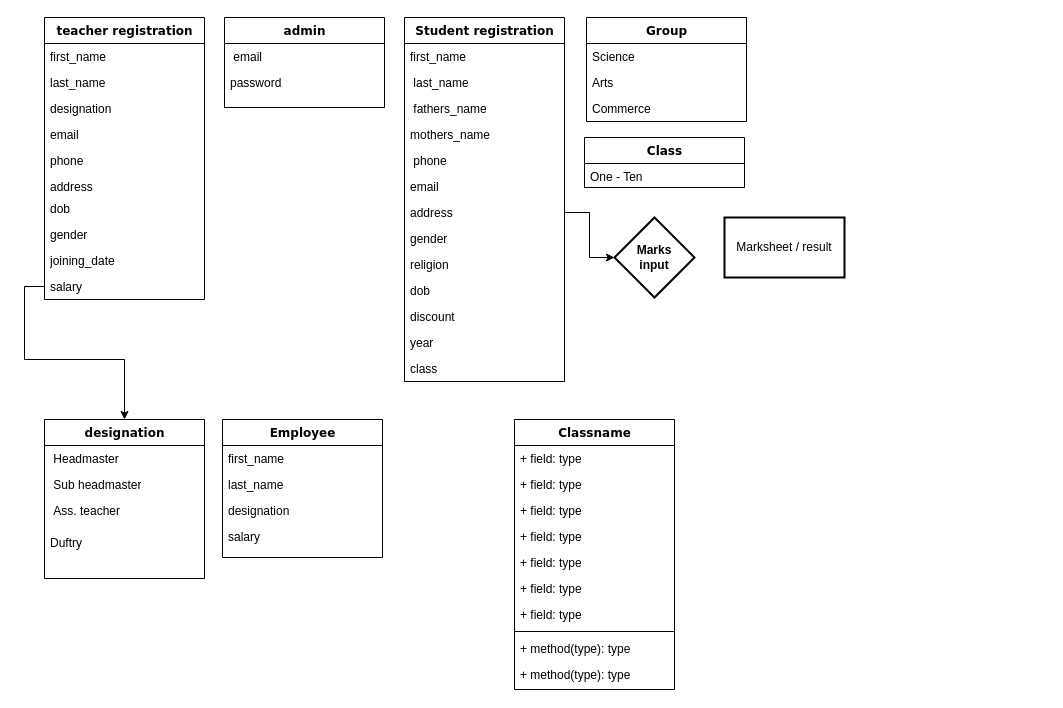
Earlier version of the draw.io diagram Untitled Diagram.drawio (dev-mahir/school-management-system). Source tidied: cells renumbered, new cells numbered last; positions are measured from the earlier drawing's top-left corner, leaving out a move shared by most shapes. Both pictures are drawn from the tidied source at 100%, with x=0, y=0 at pixel (44, 17).
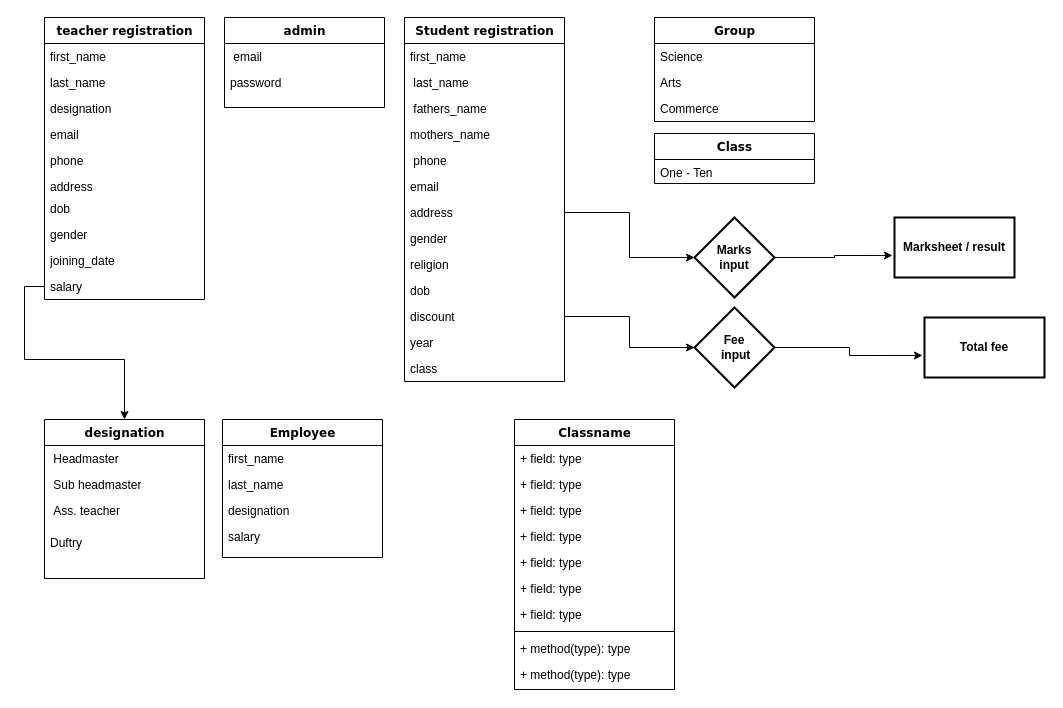
The same diagram, later.

The change refers to these unchanged cells:
```xml
<mxCell id="9" value="address" style="text;html=1;strokeColor=none;fillColor=none;align=left;verticalAlign=top;spacingLeft=4;spacingRight=4;whiteSpace=wrap;overflow=hidden;points=[[0,0.5],[1,0.5]];portConstraint=eastwest;" parent="2" vertex="1">
  <mxGeometry y="182" width="160" height="26" as="geometry" />
</mxCell>
<mxCell id="13" value="discount" style="text;html=1;strokeColor=none;fillColor=none;align=left;verticalAlign=top;spacingLeft=4;spacingRight=4;whiteSpace=wrap;overflow=hidden;points=[[0,0.5],[1,0.5]];portConstraint=eastwest;" parent="2" vertex="1">
  <mxGeometry y="286" width="160" height="26" as="geometry" />
</mxCell>
```

Diff of the diagram source:
```diff
@@
     <mxCell id="48" value="Group" style="swimlane;html=1;fontStyle=1;align=center;verticalAlign=top;horizontal=1;startSize=26;swimlaneFillColor=#ffffff;rounded=0;shadow=0;comic=0;labelBackgroundColor=none;strokeWidth=1;fillColor=none;fontFamily=Verdana;fontSize=12;" parent="1" vertex="1">
-      <mxGeometry x="542" width="160" height="104" as="geometry" />
+      <mxGeometry x="610" width="160" height="104" as="geometry" />
     </mxCell>
@@
     <mxCell id="55" value="Class" style="swimlane;html=1;fontStyle=1;align=center;verticalAlign=top;horizontal=1;startSize=26;swimlaneFillColor=#ffffff;rounded=0;shadow=0;comic=0;labelBackgroundColor=none;strokeWidth=1;fillColor=none;fontFamily=Verdana;fontSize=12;" parent="1" vertex="1">
-      <mxGeometry x="540" y="120" width="160" height="50" as="geometry" />
+      <mxGeometry x="610" y="116" width="160" height="50" as="geometry" />
     </mxCell>
@@
+    <mxCell id="62" style="edgeStyle=orthogonalEdgeStyle;rounded=0;jettySize=auto;html=1;entryX=-0.017;entryY=0.633;entryDx=0;entryDy=0;entryPerimeter=0;" parent="1" edge="1" source="57" target="60">
+      <mxGeometry relative="1" as="geometry" />
+    </mxCell>
     <mxCell id="57" style="rhombus;whiteSpace=wrap;html=1;strokeWidth=2;" parent="1" vertex="1">
-      <mxGeometry x="570" y="200" width="80" height="80" as="geometry" />
+      <mxGeometry x="650" y="200" width="80" height="80" as="geometry" />
     </mxCell>
     <mxCell id="58" value="&lt;b&gt;Marks input&lt;/b&gt;" style="text;html=1;strokeColor=none;fillColor=none;align=center;verticalAlign=middle;whiteSpace=wrap;rounded=0;" parent="1" vertex="1">
-      <mxGeometry x="580" y="225" width="60" height="30" as="geometry" />
+      <mxGeometry x="660" y="225" width="60" height="30" as="geometry" />
     </mxCell>
     <mxCell id="59" style="edgeStyle=orthogonalEdgeStyle;rounded=0;jettySize=auto;html=1;" parent="1" edge="1" source="9" target="57">
-      <mxGeometry relative="1" as="geometry" />
+      <mxGeometry relative="1" as="geometry">
+        <Array as="points">
+          <mxPoint x="585" y="195" />
+          <mxPoint x="585" y="240" />
+        </Array>
+      </mxGeometry>
     </mxCell>
-    <mxCell id="60" value="Marksheet / result" style="rounded=0;whiteSpace=wrap;html=1;strokeWidth=2;" parent="1" vertex="1">
-      <mxGeometry x="680" y="200" width="120" height="60" as="geometry" />
+    <mxCell id="60" value="&lt;b&gt;Marksheet / result&lt;/b&gt;" style="rounded=0;whiteSpace=wrap;html=1;strokeWidth=2;" parent="1" vertex="1">
+      <mxGeometry x="850" y="200" width="120" height="60" as="geometry" />
     </mxCell>
@@
+    <mxCell id="63" style="edgeStyle=orthogonalEdgeStyle;rounded=0;jettySize=auto;html=1;entryX=-0.017;entryY=0.633;entryDx=0;entryDy=0;entryPerimeter=0;" parent="1" edge="1" source="64" target="65">
+      <mxGeometry relative="1" as="geometry" />
+    </mxCell>
+    <mxCell id="64" value="&lt;b&gt;Fee&lt;br&gt;&lt;/b&gt;&amp;nbsp;&lt;b&gt;input&lt;/b&gt;" style="rhombus;whiteSpace=wrap;html=1;strokeWidth=2;" parent="1" vertex="1">
+      <mxGeometry x="650" y="290" width="80" height="80" as="geometry" />
+    </mxCell>
+    <mxCell id="65" value="&lt;b&gt;Total fee&lt;/b&gt;" style="rounded=0;whiteSpace=wrap;html=1;strokeWidth=2;" parent="1" vertex="1">
+      <mxGeometry x="880" y="300" width="120" height="60" as="geometry" />
+    </mxCell>
+    <mxCell id="66" style="edgeStyle=orthogonalEdgeStyle;rounded=0;jettySize=auto;html=1;" parent="1" edge="1" source="13" target="64">
+      <mxGeometry relative="1" as="geometry" />
+    </mxCell>
```
